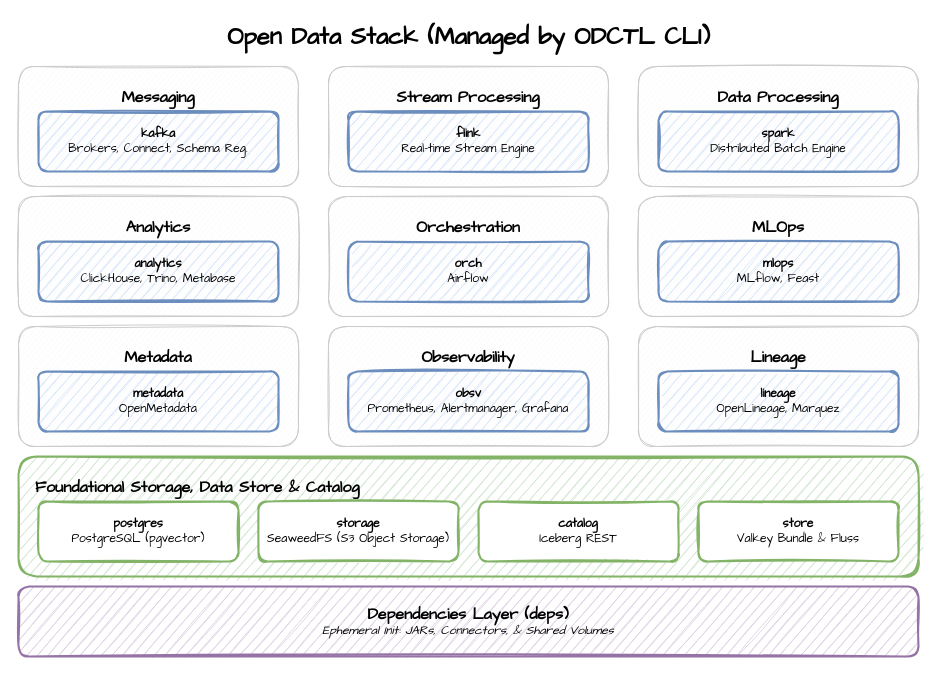
The draw.io diagram image/diagram.drawio in jaehyeon-kim/odctl, before the edit. Source tidied: cells renumbered, new cells numbered last; positions are measured from the earlier drawing's top-left corner, leaving out a move shared by most shapes. Both pictures are drawn from the tidied source at 100%, with x=0, y=0 at pixel (18, 17).
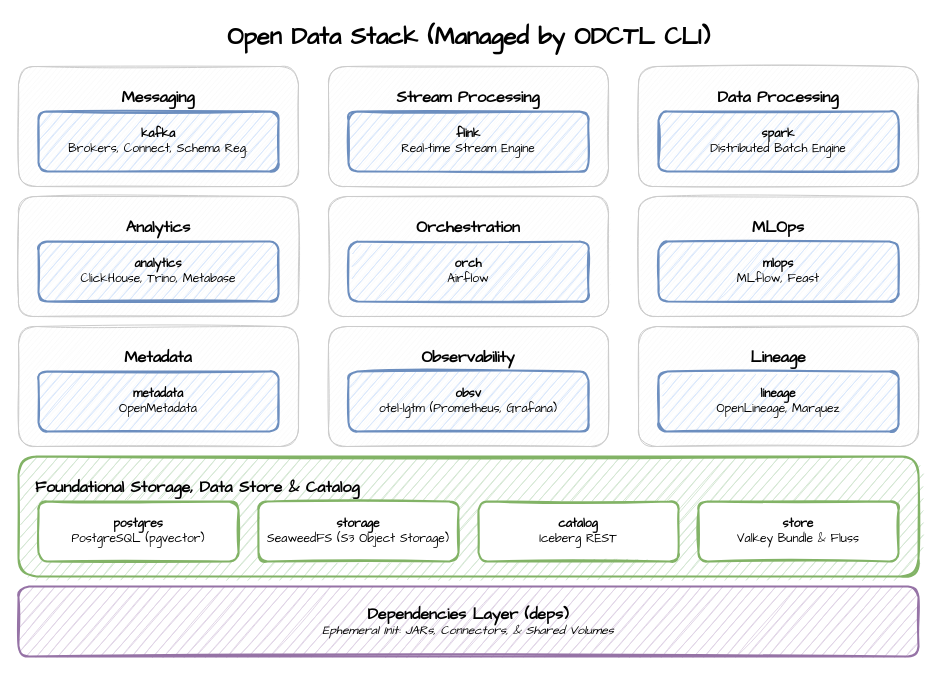
The same page after the edit.

Diff of the diagram source:
```diff
@@
-    <mxCell id="18" value="&lt;b&gt;obsv&lt;/b&gt;&lt;br&gt;Prometheus, Alertmanager, Grafana" style="rounded=1;whiteSpace=wrap;html=1;sketch=1;fillColor=#dae8fc;strokeColor=#6c8ebf;strokeWidth=2;fontFamily=Comic Sans MS;" parent="1" vertex="1">
+    <mxCell id="18" value="&lt;b&gt;obsv&lt;/b&gt;&lt;br&gt;otel-lgtm (Prometheus, Grafana)" style="rounded=1;whiteSpace=wrap;html=1;sketch=1;fillColor=#dae8fc;strokeColor=#6c8ebf;strokeWidth=2;fontFamily=Comic Sans MS;" parent="1" vertex="1">
       <mxGeometry x="330" y="354" width="240" height="60" as="geometry" />
     </mxCell>
```
